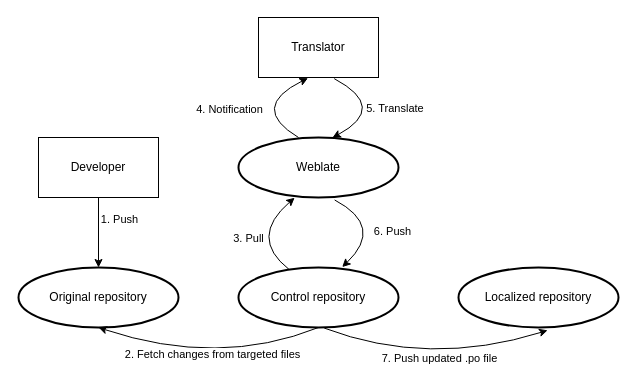
Before: 학교과제/weblate.drawio in waroad/Problem-Solving, a draw.io diagram. Source tidied: cells renumbered, new cells numbered last; positions are measured from the earlier drawing's top-left corner, leaving out a move shared by most shapes. Both pictures are drawn from the tidied source at 100%, with x=0, y=0 at pixel (18, 17).
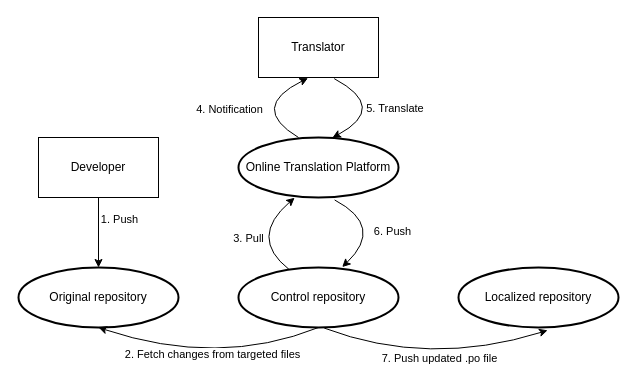
After the change.

Change to the diagram source:
```diff
@@
-    <mxCell id="9" value="Weblate" style="strokeWidth=2;html=1;shape=mxgraph.flowchart.start_1;whiteSpace=wrap;" parent="1" vertex="1">
+    <mxCell id="9" value="Online Translation Platform" style="strokeWidth=2;html=1;shape=mxgraph.flowchart.start_1;whiteSpace=wrap;" parent="1" vertex="1">
       <mxGeometry x="220" y="120" width="160" height="60" as="geometry" />
     </mxCell>
```
